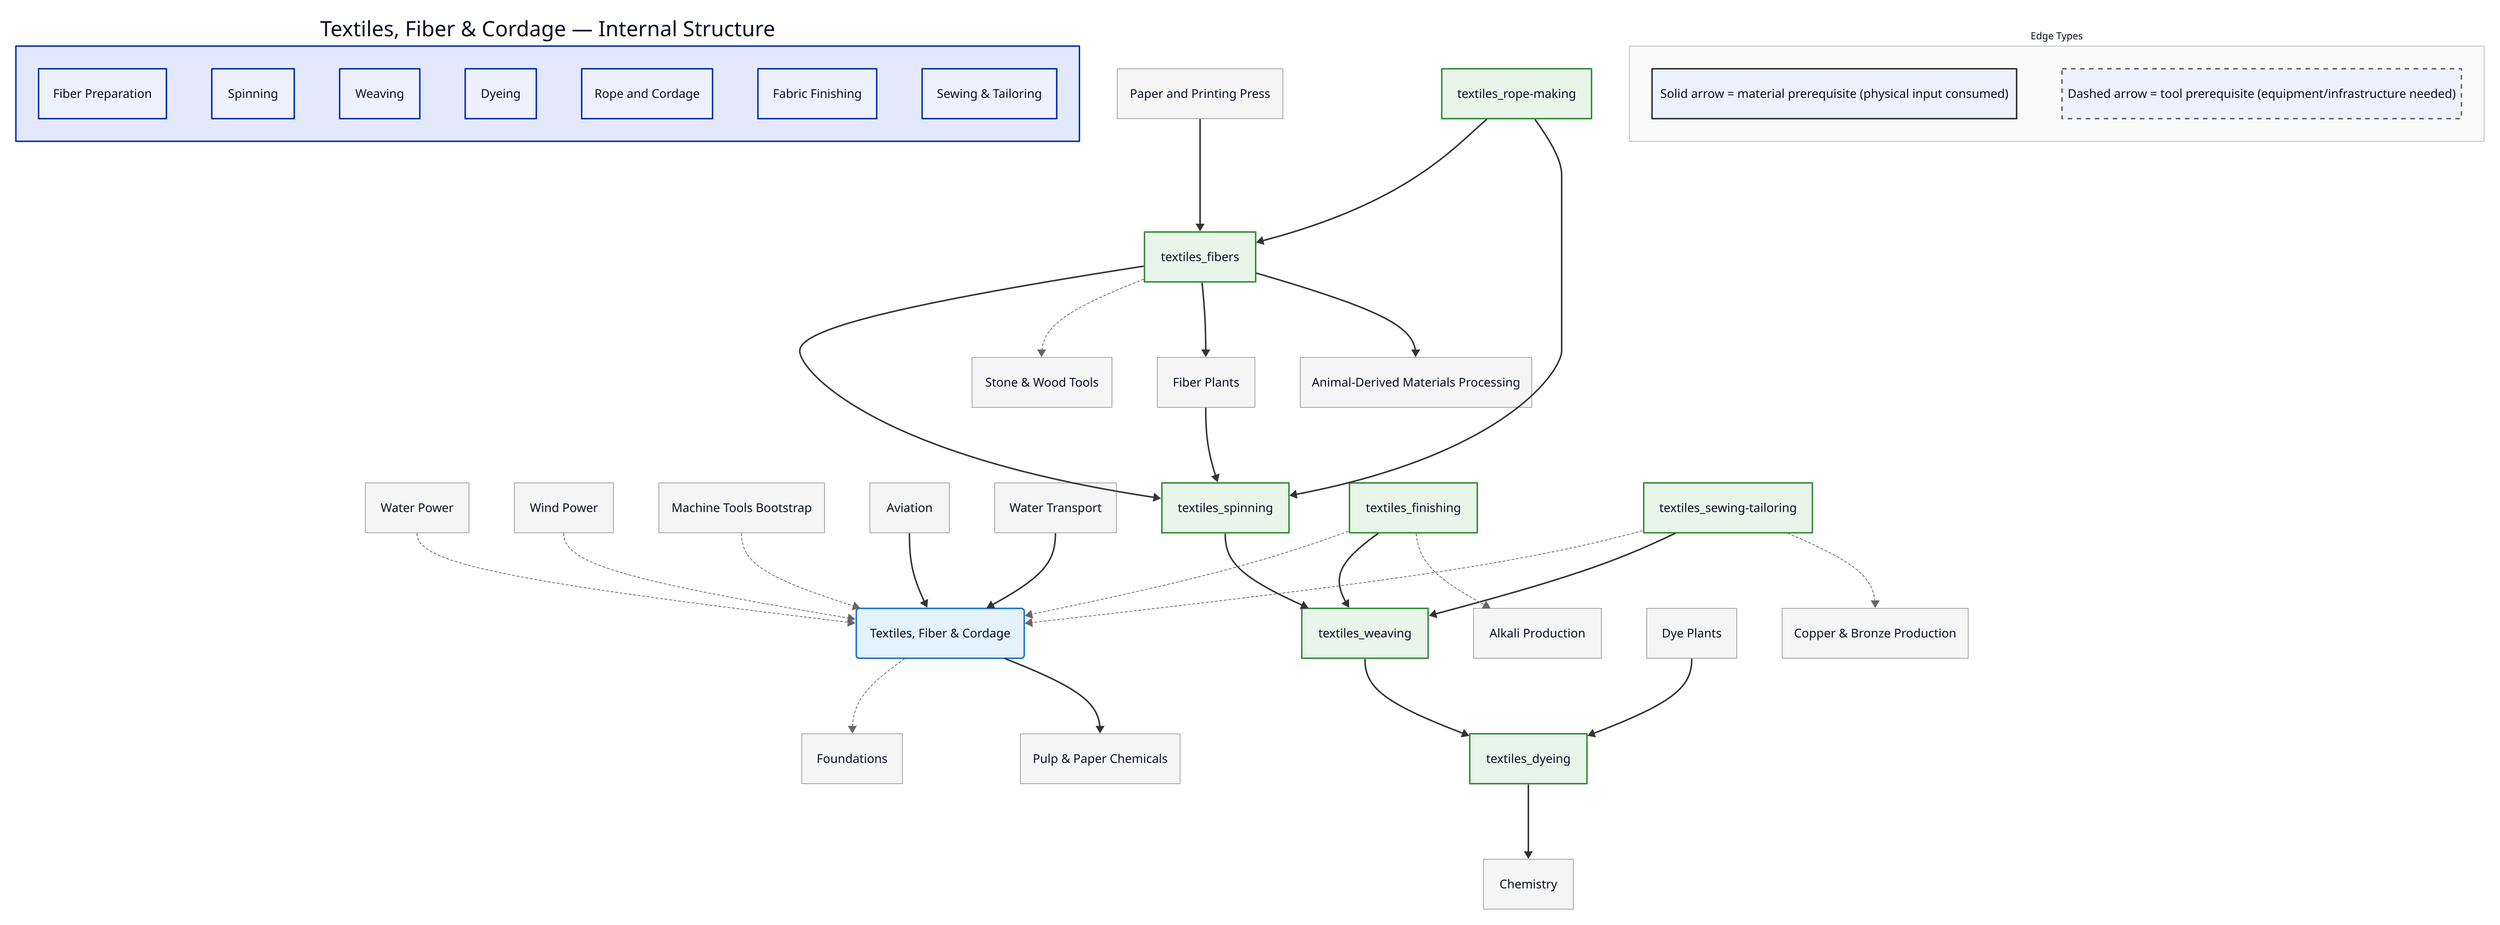
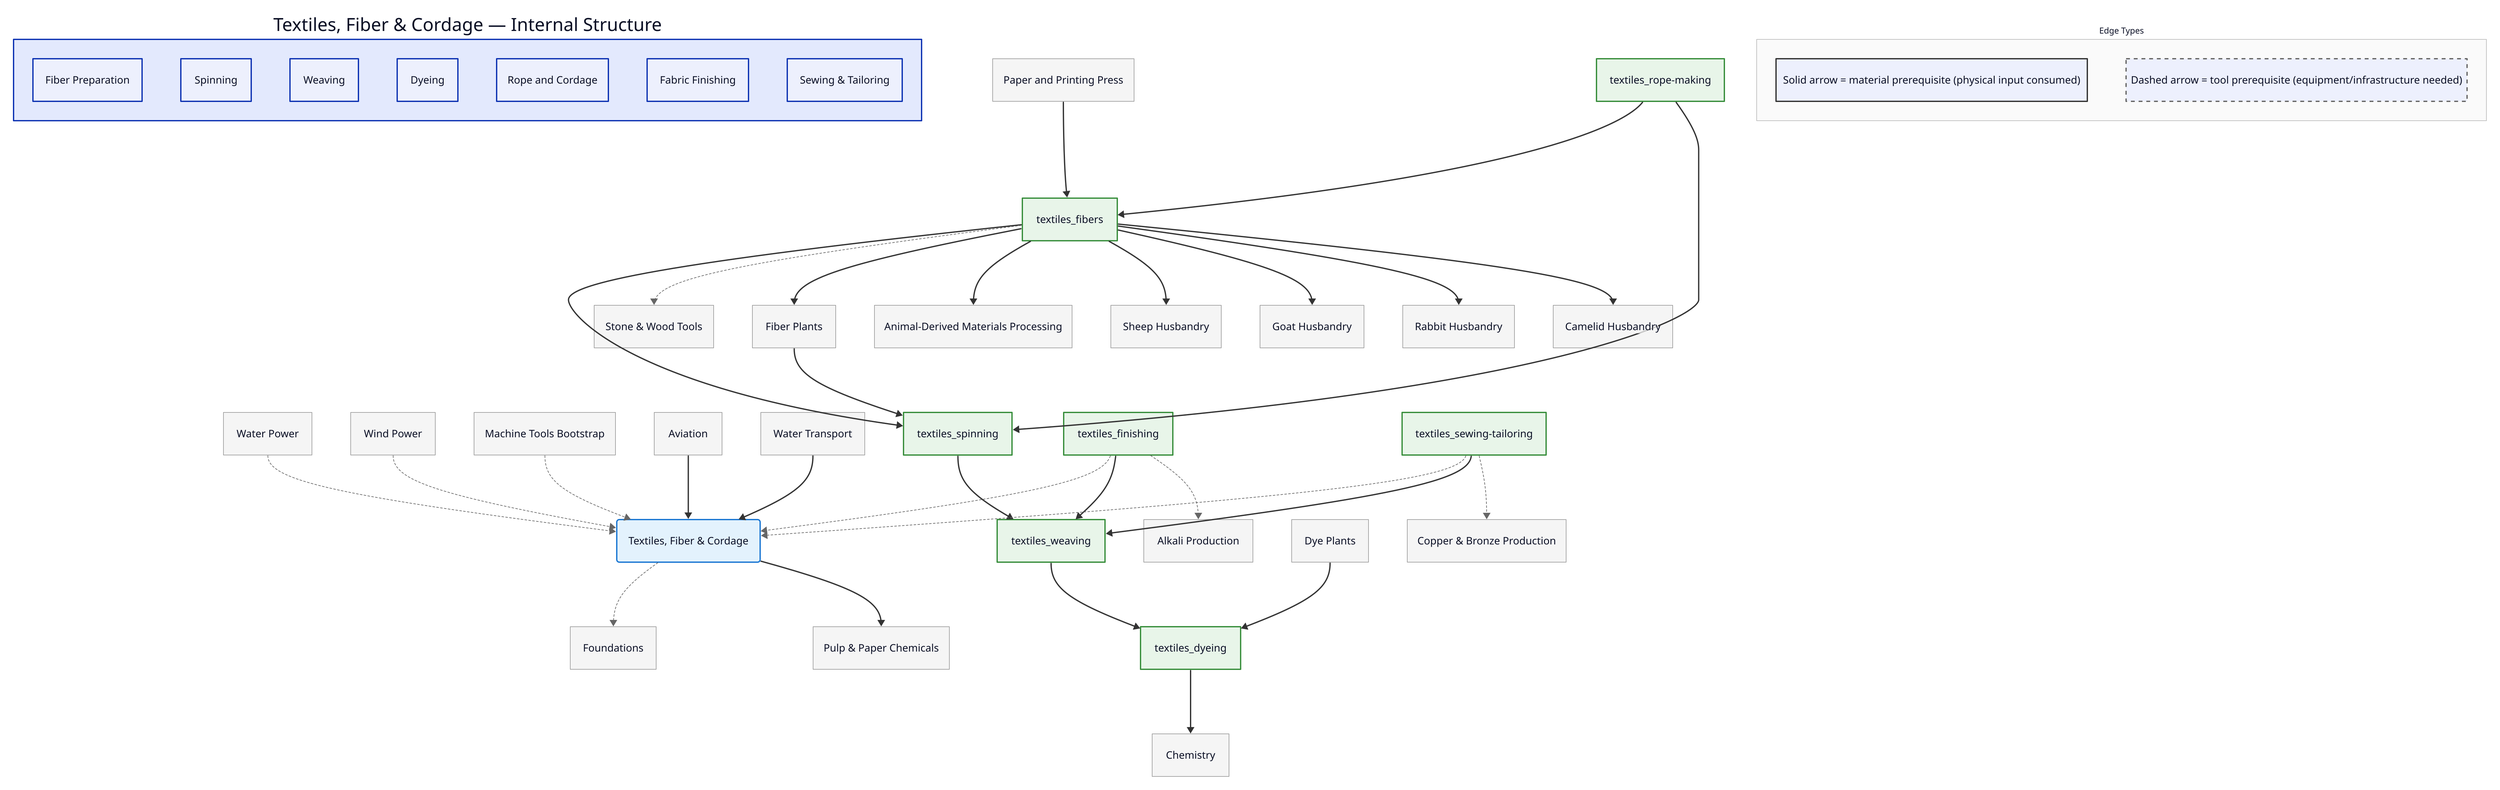
vars: {
  d2-config: {
    layout-engine: elk
    pad: 20
    center: true
  }
}

direction: down

classes: {
  domain: {
    style: {
      fill: "#e3f2fd"
      stroke: "#1976d2"
      stroke-width: 2
      border-radius: 4
    }
  }
  capability: {
    style: {
      fill: "#e8f5e9"
      stroke: "#388e3c"
      stroke-width: 2
    }
  }
  process: {
    style: {
      fill: "#fff3e0"
      stroke: "#f57c00"
      stroke-width: 2
    }
  }
  critical: {
    style: {
      fill: "#fff3e0"
      stroke: "#f57c00"
      stroke-width: 3
      bold: true
    }
  }
  earlyWin: {
    style: {
      fill: "#e8f5e9"
      stroke: "#388e3c"
      stroke-width: 3
    }
  }
  pinnacle: {
    style: {
      fill: "#fce4ec"
      stroke: "#c62828"
      stroke-width: 3
      bold: true
    }
  }
  external: {
    style: {
      fill: "#f5f5f5"
      stroke: "#9e9e9e"
      stroke-width: 1
    }
  }
  legend: {
    style: {
      fill: "#fafafa"
      stroke: "#bdbdbd"
      stroke-width: 1
      font-size: 13
    }
  }
  material-edge: {
    style: {
      stroke: "#333333"
      stroke-width: 2
    }
  }
  tool-edge: {
    style: {
      stroke: "#666666"
      stroke-width: 1
      stroke-dash: 3
    }
  }
}

# ==================== INTERNAL NODES ====================
textiles_internal: "Textiles, Fiber & Cordage — Internal Structure" {
  textiles_fibers: Fiber Preparation
  textiles_spinning: Spinning
  textiles_weaving: Weaving
  textiles_dyeing: Dyeing
  textiles_rope-making: Rope and Cordage
  textiles_finishing: Fabric Finishing
  textiles_sewing-tailoring: "Sewing & Tailoring"
}

# ==================== DOMAIN NODE ====================
textiles: "Textiles, Fiber & Cordage"

# ==================== EXTERNAL DEPENDENCIES ====================
animals_animal-materials: Animal-Derived Materials Processing {
+   shape: rectangle
+ }
+ animals_camelids: Camelid Husbandry {
+   shape: rectangle
+ }
+ animals_goats: Goat Husbandry {
+   shape: rectangle
+ }
+ animals_rabbits: Rabbit Husbandry {
+   shape: rectangle
+ }
+ animals_sheep: Sheep Husbandry {
  shape: rectangle
}
chemistry: Chemistry {
  shape: rectangle
}
chemistry_alkalis: Alkali Production {
  shape: rectangle
}
chemistry_pulp-chemicals: "Pulp & Paper Chemicals" {
  shape: rectangle
}
energy_gravity: Water Power {
  shape: rectangle
}
energy_wind: Wind Power {
  shape: rectangle
}
foundations: Foundations {
  shape: rectangle
}
foundations_tools-basic: "Stone & Wood Tools" {
  shape: rectangle
}
knowledge_printing: Paper and Printing Press {
  shape: rectangle
}
machine-tools: Machine Tools Bootstrap {
  shape: rectangle
}
metals_copper-bronze: "Copper & Bronze Production" {
  shape: rectangle
}
plants_dye-plants: Dye Plants {
  shape: rectangle
}
plants_fiber-plants: Fiber Plants {
  shape: rectangle
}
transport_aviation: Aviation {
  shape: rectangle
}
transport_shipping: Water Transport {
  shape: rectangle
}

# ==================== EDGES ====================
textiles_fibers -> textiles_spinning: { class: material-edge }
textiles_spinning -> textiles_weaving: { class: material-edge }
textiles_weaving -> textiles_dyeing: { class: material-edge }
textiles_rope-making -> textiles_fibers: { class: material-edge }
textiles_rope-making -> textiles_spinning: { class: material-edge }
textiles_finishing -> textiles: { class: tool-edge }
textiles_finishing -> textiles_weaving: { class: material-edge }
textiles_sewing-tailoring -> textiles: { class: tool-edge }
textiles_sewing-tailoring -> textiles_weaving: { class: material-edge }
energy_gravity -> textiles: { class: tool-edge }
energy_wind -> textiles: { class: tool-edge }
machine-tools -> textiles: { class: tool-edge }
textiles -> foundations: { class: tool-edge }
transport_aviation -> textiles: { class: material-edge }
textiles_fibers -> foundations_tools-basic: { class: tool-edge }
textiles_dyeing -> chemistry: { class: material-edge }
transport_shipping -> textiles: { class: material-edge }
knowledge_printing -> textiles_fibers: { class: material-edge }
textiles_fibers -> plants_fiber-plants: { class: material-edge }
plants_fiber-plants -> textiles_spinning: { class: material-edge }
plants_dye-plants -> textiles_dyeing: { class: material-edge }
textiles -> chemistry_pulp-chemicals: { class: material-edge }
textiles_fibers -> animals_animal-materials: { class: material-edge }
textiles_finishing -> chemistry_alkalis: { class: tool-edge }
textiles_sewing-tailoring -> metals_copper-bronze: { class: tool-edge }
+ textiles_fibers -> animals_sheep: { class: material-edge }
+ textiles_fibers -> animals_goats: { class: material-edge }
+ textiles_fibers -> animals_rabbits: { class: material-edge }
+ textiles_fibers -> animals_camelids: { class: material-edge }

# ==================== STYLING ====================
textiles.class: domain
textiles_fibers.class: capability
textiles_spinning.class: capability
textiles_weaving.class: capability
textiles_dyeing.class: capability
textiles_rope-making.class: capability
textiles_finishing.class: capability
textiles_sewing-tailoring.class: capability
animals_animal-materials.class: external
+ animals_camelids.class: external
+ animals_goats.class: external
+ animals_rabbits.class: external
+ animals_sheep.class: external
chemistry.class: external
chemistry_alkalis.class: external
chemistry_pulp-chemicals.class: external
energy_gravity.class: external
energy_wind.class: external
foundations.class: external
foundations_tools-basic.class: external
knowledge_printing.class: external
machine-tools.class: external
metals_copper-bronze.class: external
plants_dye-plants.class: external
plants_fiber-plants.class: external
transport_aviation.class: external
transport_shipping.class: external

# ==================== LEGEND ====================
d2-legend: "Edge Types" {
  class: legend
  mat: "Solid arrow = material prerequisite (physical input consumed)" {
    style: {
      stroke: "#333333"
      stroke-width: 2
    }
  }
  tool: "Dashed arrow = tool prerequisite (equipment/infrastructure needed)" {
    style: {
      stroke: "#666666"
      stroke-dash: 3
    }
  }
}
